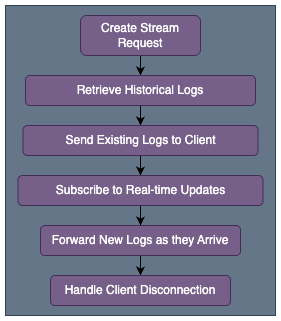
The draw.io diagram docs/job-worker-log-streaming-flow.drawio.png in ehsaniara/job-worker, before a commit. Source tidied: cells renumbered, new cells last; positions are measured from the earlier drawing's top-left corner, leaving out a move shared by most shapes. The source it was exported from:
```xml
<mxGraphModel>
  <root>
    <mxCell id="0" />
    <mxCell id="1" parent="0" />
    <mxCell id="2" style="rounded=0;whiteSpace=wrap;html=1;fontColor=#ffffff;fillColor=#647687;strokeColor=#314354;" parent="1" vertex="1">
      <mxGeometry width="270" height="310" as="geometry" />
    </mxCell>
    <mxCell id="3" style="edgeStyle=orthogonalEdgeStyle;rounded=0;jettySize=auto;html=1;fontColor=#000000;strokeColor=#000000;" parent="1" edge="1" source="4" target="6">
      <mxGeometry relative="1" as="geometry" />
    </mxCell>
    <mxCell id="4" value="Create Stream Request" style="rounded=1;whiteSpace=wrap;html=1;fontColor=#ffffff;fillColor=#76608a;strokeColor=#432D57;" parent="1" vertex="1">
      <mxGeometry x="75" y="10" width="120" height="40" as="geometry" />
    </mxCell>
    <mxCell id="5" style="edgeStyle=orthogonalEdgeStyle;rounded=0;jettySize=auto;html=1;fontColor=#000000;strokeColor=#000000;" parent="1" edge="1" source="6" target="8">
      <mxGeometry relative="1" as="geometry" />
    </mxCell>
    <mxCell id="6" value="Retrieve Historical Logs" style="rounded=1;whiteSpace=wrap;html=1;fontColor=#ffffff;fillColor=#76608a;strokeColor=#432D57;" parent="1" vertex="1">
      <mxGeometry x="20" y="70" width="230" height="30" as="geometry" />
    </mxCell>
    <mxCell id="7" style="edgeStyle=orthogonalEdgeStyle;rounded=0;jettySize=auto;html=1;fontColor=#000000;strokeColor=#000000;" parent="1" edge="1" source="8" target="10">
      <mxGeometry relative="1" as="geometry" />
    </mxCell>
    <mxCell id="8" value="Send Existing Logs to Client" style="rounded=1;whiteSpace=wrap;html=1;fontColor=#ffffff;fillColor=#76608a;strokeColor=#432D57;" parent="1" vertex="1">
      <mxGeometry x="17.5" y="120" width="235" height="30" as="geometry" />
    </mxCell>
    <mxCell id="9" style="edgeStyle=orthogonalEdgeStyle;rounded=0;jettySize=auto;html=1;fontColor=#000000;strokeColor=#000000;" parent="1" edge="1" source="10" target="12">
      <mxGeometry relative="1" as="geometry" />
    </mxCell>
    <mxCell id="10" value="Subscribe to Real-time Updates" style="rounded=1;whiteSpace=wrap;html=1;fontColor=#ffffff;fillColor=#76608a;strokeColor=#432D57;" parent="1" vertex="1">
      <mxGeometry x="12.5" y="170" width="245" height="30" as="geometry" />
    </mxCell>
    <mxCell id="11" style="edgeStyle=orthogonalEdgeStyle;rounded=0;jettySize=auto;html=1;fontColor=#000000;strokeColor=#000000;" parent="1" edge="1" source="12" target="13">
      <mxGeometry relative="1" as="geometry" />
    </mxCell>
    <mxCell id="12" value="Forward New Logs as they Arrive" style="rounded=1;whiteSpace=wrap;html=1;fontColor=#ffffff;fillColor=#76608a;strokeColor=#432D57;" parent="1" vertex="1">
      <mxGeometry x="35" y="220" width="200" height="30" as="geometry" />
    </mxCell>
    <mxCell id="13" value="Handle Client Disconnection" style="rounded=1;whiteSpace=wrap;html=1;fontColor=#ffffff;fillColor=#76608a;strokeColor=#432D57;" parent="1" vertex="1">
      <mxGeometry x="45" y="270" width="180" height="30" as="geometry" />
    </mxCell>
  </root>
</mxGraphModel>
```
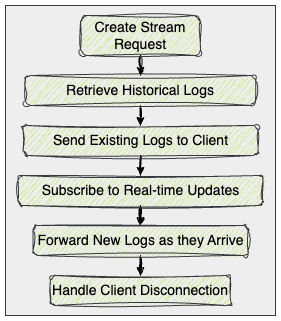
Later version of the same file.

What changed in the source:
```diff
@@ -2,40 +2,40 @@
   <root>
     <mxCell id="0" />
     <mxCell id="1" parent="0" />
-    <mxCell id="2" style="rounded=0;whiteSpace=wrap;html=1;fontColor=#ffffff;fillColor=#647687;strokeColor=#314354;" parent="1" vertex="1">
+    <mxCell id="2" style="rounded=0;whiteSpace=wrap;html=1;fillColor=#eeeeee;strokeColor=#36393d;fontColor=#000000;horizontal=1;fontSize=14;" parent="1" vertex="1">
       <mxGeometry width="270" height="310" as="geometry" />
     </mxCell>
-    <mxCell id="3" style="edgeStyle=orthogonalEdgeStyle;rounded=0;jettySize=auto;html=1;fontColor=#000000;strokeColor=#000000;" parent="1" edge="1" source="4" target="6">
+    <mxCell id="3" style="edgeStyle=orthogonalEdgeStyle;rounded=0;jettySize=auto;html=1;fontColor=#000000;strokeColor=#000000;sketch=1;curveFitting=1;jiggle=2;horizontal=1;fontSize=14;" parent="1" edge="1" source="4" target="6">
       <mxGeometry relative="1" as="geometry" />
     </mxCell>
-    <mxCell id="4" value="Create Stream Request" style="rounded=1;whiteSpace=wrap;html=1;fontColor=#ffffff;fillColor=#76608a;strokeColor=#432D57;" parent="1" vertex="1">
+    <mxCell id="4" value="Create Stream Request" style="rounded=1;whiteSpace=wrap;html=1;fillColor=#cdeb8b;strokeColor=#36393d;sketch=1;curveFitting=1;jiggle=2;fontColor=#000000;horizontal=1;fontSize=14;" parent="1" vertex="1">
       <mxGeometry x="75" y="10" width="120" height="40" as="geometry" />
     </mxCell>
-    <mxCell id="5" style="edgeStyle=orthogonalEdgeStyle;rounded=0;jettySize=auto;html=1;fontColor=#000000;strokeColor=#000000;" parent="1" edge="1" source="6" target="8">
+    <mxCell id="5" style="edgeStyle=orthogonalEdgeStyle;rounded=0;jettySize=auto;html=1;fontColor=#000000;strokeColor=#000000;sketch=1;curveFitting=1;jiggle=2;horizontal=1;fontSize=14;" parent="1" edge="1" source="6" target="8">
       <mxGeometry relative="1" as="geometry" />
     </mxCell>
-    <mxCell id="6" value="Retrieve Historical Logs" style="rounded=1;whiteSpace=wrap;html=1;fontColor=#ffffff;fillColor=#76608a;strokeColor=#432D57;" parent="1" vertex="1">
+    <mxCell id="6" value="Retrieve Historical Logs" style="rounded=1;whiteSpace=wrap;html=1;fillColor=#cdeb8b;strokeColor=#36393d;sketch=1;curveFitting=1;jiggle=2;fontColor=#000000;horizontal=1;fontSize=14;" parent="1" vertex="1">
       <mxGeometry x="20" y="70" width="230" height="30" as="geometry" />
     </mxCell>
-    <mxCell id="7" style="edgeStyle=orthogonalEdgeStyle;rounded=0;jettySize=auto;html=1;fontColor=#000000;strokeColor=#000000;" parent="1" edge="1" source="8" target="10">
+    <mxCell id="7" style="edgeStyle=orthogonalEdgeStyle;rounded=0;jettySize=auto;html=1;fontColor=#000000;strokeColor=#000000;sketch=1;curveFitting=1;jiggle=2;horizontal=1;fontSize=14;" parent="1" edge="1" source="8" target="10">
       <mxGeometry relative="1" as="geometry" />
     </mxCell>
-    <mxCell id="8" value="Send Existing Logs to Client" style="rounded=1;whiteSpace=wrap;html=1;fontColor=#ffffff;fillColor=#76608a;strokeColor=#432D57;" parent="1" vertex="1">
+    <mxCell id="8" value="Send Existing Logs to Client" style="rounded=1;whiteSpace=wrap;html=1;fillColor=#cdeb8b;strokeColor=#36393d;sketch=1;curveFitting=1;jiggle=2;fontColor=#000000;horizontal=1;fontSize=14;" parent="1" vertex="1">
       <mxGeometry x="17.5" y="120" width="235" height="30" as="geometry" />
     </mxCell>
-    <mxCell id="9" style="edgeStyle=orthogonalEdgeStyle;rounded=0;jettySize=auto;html=1;fontColor=#000000;strokeColor=#000000;" parent="1" edge="1" source="10" target="12">
+    <mxCell id="9" style="edgeStyle=orthogonalEdgeStyle;rounded=0;jettySize=auto;html=1;fontColor=#000000;strokeColor=#000000;sketch=1;curveFitting=1;jiggle=2;horizontal=1;fontSize=14;" parent="1" edge="1" source="10" target="12">
       <mxGeometry relative="1" as="geometry" />
     </mxCell>
-    <mxCell id="10" value="Subscribe to Real-time Updates" style="rounded=1;whiteSpace=wrap;html=1;fontColor=#ffffff;fillColor=#76608a;strokeColor=#432D57;" parent="1" vertex="1">
+    <mxCell id="10" value="Subscribe to Real-time Updates" style="rounded=1;whiteSpace=wrap;html=1;fillColor=#cdeb8b;strokeColor=#36393d;sketch=1;curveFitting=1;jiggle=2;fontColor=#000000;horizontal=1;fontSize=14;" parent="1" vertex="1">
       <mxGeometry x="12.5" y="170" width="245" height="30" as="geometry" />
     </mxCell>
-    <mxCell id="11" style="edgeStyle=orthogonalEdgeStyle;rounded=0;jettySize=auto;html=1;fontColor=#000000;strokeColor=#000000;" parent="1" edge="1" source="12" target="13">
+    <mxCell id="11" style="edgeStyle=orthogonalEdgeStyle;rounded=0;jettySize=auto;html=1;fontColor=#000000;strokeColor=#000000;sketch=1;curveFitting=1;jiggle=2;horizontal=1;fontSize=14;" parent="1" edge="1" source="12" target="13">
       <mxGeometry relative="1" as="geometry" />
     </mxCell>
-    <mxCell id="12" value="Forward New Logs as they Arrive" style="rounded=1;whiteSpace=wrap;html=1;fontColor=#ffffff;fillColor=#76608a;strokeColor=#432D57;" parent="1" vertex="1">
-      <mxGeometry x="35" y="220" width="200" height="30" as="geometry" />
+    <mxCell id="12" value="Forward New Logs as they Arrive" style="rounded=1;whiteSpace=wrap;html=1;fillColor=#cdeb8b;strokeColor=#36393d;sketch=1;curveFitting=1;jiggle=2;fontColor=#000000;horizontal=1;fontSize=14;" parent="1" vertex="1">
+      <mxGeometry x="27.5" y="220" width="215" height="30" as="geometry" />
     </mxCell>
-    <mxCell id="13" value="Handle Client Disconnection" style="rounded=1;whiteSpace=wrap;html=1;fontColor=#ffffff;fillColor=#76608a;strokeColor=#432D57;" parent="1" vertex="1">
+    <mxCell id="13" value="Handle Client Disconnection" style="rounded=1;whiteSpace=wrap;html=1;fillColor=#cdeb8b;strokeColor=#36393d;sketch=1;curveFitting=1;jiggle=2;fontColor=#000000;horizontal=1;fontSize=14;" parent="1" vertex="1">
       <mxGeometry x="45" y="270" width="180" height="30" as="geometry" />
     </mxCell>
   </root>
```
